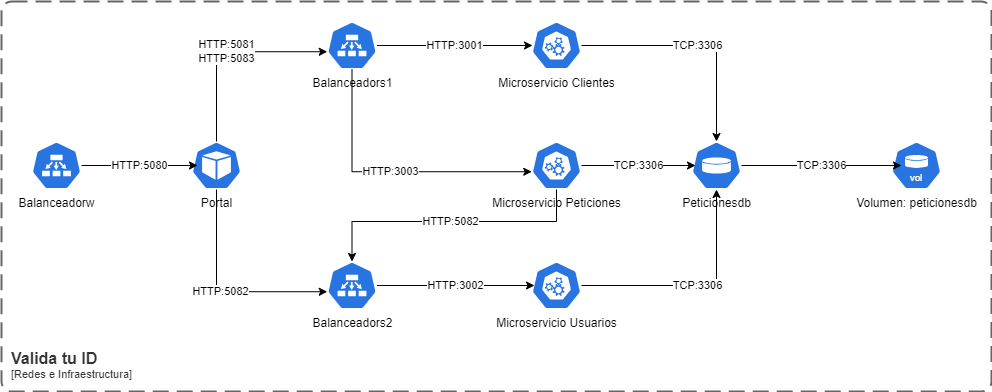
Earlier version of the draw.io export Doc/DiagramaComunicacion.png (Jakcobo/ValidaTuID). Source tidied: cells renumbered, new cells last; positions are measured from the earlier drawing's top-left corner, leaving out a move shared by most shapes. The source it was exported from:
```xml
<mxGraphModel>
  <root>
    <mxCell id="0" />
    <mxCell id="1" parent="0" />
    <mxCell id="2" value="Portal" style="sketch=0;html=1;dashed=0;whitespace=wrap;verticalLabelPosition=bottom;verticalAlign=top;fillColor=#2875E2;strokeColor=#ffffff;points=[[0.005,0.63,0],[0.1,0.2,0],[0.9,0.2,0],[0.5,0,0],[0.995,0.63,0],[0.72,0.99,0],[0.5,1,0],[0.28,0.99,0]];shape=mxgraph.kubernetes.icon2;prIcon=pod;" parent="1" vertex="1">
      <mxGeometry x="190" y="140" width="50" height="48" as="geometry" />
    </mxCell>
    <mxCell id="3" value="Balanceadorw" style="sketch=0;html=1;dashed=0;whitespace=wrap;verticalLabelPosition=bottom;verticalAlign=top;fillColor=#2875E2;strokeColor=#ffffff;points=[[0.005,0.63,0],[0.1,0.2,0],[0.9,0.2,0],[0.5,0,0],[0.995,0.63,0],[0.72,0.99,0],[0.5,1,0],[0.28,0.99,0]];shape=mxgraph.kubernetes.icon2;prIcon=ep;" parent="1" vertex="1">
      <mxGeometry x="30" y="140" width="50" height="48" as="geometry" />
    </mxCell>
    <mxCell id="4" value="Balanceadors2" style="sketch=0;html=1;dashed=0;whitespace=wrap;verticalLabelPosition=bottom;verticalAlign=top;fillColor=#2875E2;strokeColor=#ffffff;points=[[0.005,0.63,0],[0.1,0.2,0],[0.9,0.2,0],[0.5,0,0],[0.995,0.63,0],[0.72,0.99,0],[0.5,1,0],[0.28,0.99,0]];shape=mxgraph.kubernetes.icon2;prIcon=ep;" parent="1" vertex="1">
      <mxGeometry x="325.5" y="260" width="50" height="48" as="geometry" />
    </mxCell>
    <mxCell id="5" value="Balanceadors1" style="sketch=0;html=1;dashed=0;whitespace=wrap;verticalLabelPosition=bottom;verticalAlign=top;fillColor=#2875E2;strokeColor=#ffffff;points=[[0.005,0.63,0],[0.1,0.2,0],[0.9,0.2,0],[0.5,0,0],[0.995,0.63,0],[0.72,0.99,0],[0.5,1,0],[0.28,0.99,0]];shape=mxgraph.kubernetes.icon2;prIcon=ep;" parent="1" vertex="1">
      <mxGeometry x="325.5" y="20" width="50" height="48" as="geometry" />
    </mxCell>
    <mxCell id="6" value="Peticionesdb" style="sketch=0;html=1;dashed=0;whitespace=wrap;verticalLabelPosition=bottom;verticalAlign=top;fillColor=#2875E2;strokeColor=#ffffff;points=[[0.005,0.63,0],[0.1,0.2,0],[0.9,0.2,0],[0.5,0,0],[0.995,0.63,0],[0.72,0.99,0],[0.5,1,0],[0.28,0.99,0]];shape=mxgraph.kubernetes.icon2;prIcon=vol;" parent="1" vertex="1">
      <mxGeometry x="690" y="140" width="50" height="48" as="geometry" />
    </mxCell>
    <mxCell id="7" value="Microservicio Clientes" style="sketch=0;html=1;dashed=0;whitespace=wrap;verticalLabelPosition=bottom;verticalAlign=top;fillColor=#2875E2;strokeColor=#ffffff;points=[[0.005,0.63,0],[0.1,0.2,0],[0.9,0.2,0],[0.5,0,0],[0.995,0.63,0],[0.72,0.99,0],[0.5,1,0],[0.28,0.99,0]];shape=mxgraph.kubernetes.icon2;prIcon=api;" parent="1" vertex="1">
      <mxGeometry x="530" y="20" width="50" height="48" as="geometry" />
    </mxCell>
    <mxCell id="8" value="Microservicio Peticiones" style="sketch=0;html=1;dashed=0;whitespace=wrap;verticalLabelPosition=bottom;verticalAlign=top;fillColor=#2875E2;strokeColor=#ffffff;points=[[0.005,0.63,0],[0.1,0.2,0],[0.9,0.2,0],[0.5,0,0],[0.995,0.63,0],[0.72,0.99,0],[0.5,1,0],[0.28,0.99,0]];shape=mxgraph.kubernetes.icon2;prIcon=api;" parent="1" vertex="1">
      <mxGeometry x="530" y="140" width="50" height="48" as="geometry" />
    </mxCell>
    <mxCell id="9" value="TCP:3306" style="edgeStyle=orthogonalEdgeStyle;rounded=0;jettySize=auto;html=1;" parent="1" edge="1" source="10" target="6">
      <mxGeometry relative="1" as="geometry" />
    </mxCell>
    <mxCell id="10" value="Microservicio Usuarios" style="sketch=0;html=1;dashed=0;whitespace=wrap;verticalLabelPosition=bottom;verticalAlign=top;fillColor=#2875E2;strokeColor=#ffffff;points=[[0.005,0.63,0],[0.1,0.2,0],[0.9,0.2,0],[0.5,0,0],[0.995,0.63,0],[0.72,0.99,0],[0.5,1,0],[0.28,0.99,0]];shape=mxgraph.kubernetes.icon2;prIcon=api;" parent="1" vertex="1">
      <mxGeometry x="530" y="260" width="50" height="48" as="geometry" />
    </mxCell>
    <mxCell id="11" value="Volumen:&amp;nbsp;peticionesdb" style="sketch=0;html=1;dashed=0;whitespace=wrap;verticalLabelPosition=bottom;verticalAlign=top;fillColor=#2875E2;strokeColor=#ffffff;points=[[0.005,0.63,0],[0.1,0.2,0],[0.9,0.2,0],[0.5,0,0],[0.995,0.63,0],[0.72,0.99,0],[0.5,1,0],[0.28,0.99,0]];shape=mxgraph.kubernetes.icon2;kubernetesLabel=1;prIcon=vol;" parent="1" vertex="1">
      <mxGeometry x="890" y="140" width="50" height="48" as="geometry" />
    </mxCell>
    <mxCell id="12" value="HTTP:5080" style="edgeStyle=orthogonalEdgeStyle;rounded=0;jettySize=auto;html=1;entryX=0.12;entryY=0.5;entryDx=0;entryDy=0;entryPerimeter=0;" parent="1" edge="1" source="3" target="2">
      <mxGeometry relative="1" as="geometry" />
    </mxCell>
    <mxCell id="13" value="HTTP:5081&lt;div&gt;HTTP:5083&lt;/div&gt;" style="edgeStyle=orthogonalEdgeStyle;rounded=0;jettySize=auto;html=1;entryX=0.005;entryY=0.63;entryDx=0;entryDy=0;entryPerimeter=0;" parent="1" edge="1" source="2" target="5">
      <mxGeometry relative="1" as="geometry">
        <Array as="points">
          <mxPoint x="215" y="50" />
        </Array>
      </mxGeometry>
    </mxCell>
    <mxCell id="14" value="HTTP:5082" style="edgeStyle=orthogonalEdgeStyle;rounded=0;jettySize=auto;html=1;entryX=0.005;entryY=0.63;entryDx=0;entryDy=0;entryPerimeter=0;" parent="1" edge="1" source="2" target="4">
      <mxGeometry relative="1" as="geometry">
        <Array as="points">
          <mxPoint x="215" y="290" />
        </Array>
      </mxGeometry>
    </mxCell>
    <mxCell id="15" value="HTTP:3001" style="edgeStyle=orthogonalEdgeStyle;rounded=0;jettySize=auto;html=1;entryX=0.02;entryY=0.5;entryDx=0;entryDy=0;entryPerimeter=0;" parent="1" edge="1" source="5" target="7">
      <mxGeometry relative="1" as="geometry" />
    </mxCell>
    <mxCell id="16" value="HTTP:3003" style="edgeStyle=orthogonalEdgeStyle;rounded=0;jettySize=auto;html=1;entryX=0.005;entryY=0.63;entryDx=0;entryDy=0;entryPerimeter=0;" parent="1" edge="1" source="5" target="8">
      <mxGeometry relative="1" as="geometry">
        <Array as="points">
          <mxPoint x="351" y="170" />
        </Array>
      </mxGeometry>
    </mxCell>
    <mxCell id="17" value="TCP:3306" style="edgeStyle=orthogonalEdgeStyle;rounded=0;jettySize=auto;html=1;entryX=0.08;entryY=0.5;entryDx=0;entryDy=0;entryPerimeter=0;" parent="1" edge="1" source="8" target="6">
      <mxGeometry relative="1" as="geometry" />
    </mxCell>
    <mxCell id="18" value="HTTP:5082" style="edgeStyle=orthogonalEdgeStyle;rounded=0;jettySize=auto;html=1;entryX=0.5;entryY=0;entryDx=0;entryDy=0;entryPerimeter=0;" parent="1" edge="1" source="8" target="4">
      <mxGeometry relative="1" as="geometry">
        <Array as="points">
          <mxPoint x="555" y="220" />
          <mxPoint x="351" y="220" />
        </Array>
      </mxGeometry>
    </mxCell>
    <mxCell id="19" value="HTTP:3002" style="edgeStyle=orthogonalEdgeStyle;rounded=0;jettySize=auto;html=1;entryX=0.06;entryY=0.5;entryDx=0;entryDy=0;entryPerimeter=0;" parent="1" edge="1" source="4" target="10">
      <mxGeometry relative="1" as="geometry" />
    </mxCell>
    <mxCell id="20" value="TCP:3306" style="edgeStyle=orthogonalEdgeStyle;rounded=0;jettySize=auto;html=1;entryX=0.5;entryY=0;entryDx=0;entryDy=0;entryPerimeter=0;" parent="1" edge="1" source="7" target="6">
      <mxGeometry relative="1" as="geometry" />
    </mxCell>
    <mxCell id="21" value="TCP:3306" style="edgeStyle=orthogonalEdgeStyle;rounded=0;jettySize=auto;html=1;entryX=0.2;entryY=0.5;entryDx=0;entryDy=0;entryPerimeter=0;" parent="1" edge="1" source="6" target="11">
      <mxGeometry relative="1" as="geometry" />
    </mxCell>
    <object id="22" label="&lt;font style=&quot;font-size: 16px&quot;&gt;&lt;b&gt;&lt;div style=&quot;text-align: left&quot;&gt;%c4Name%&lt;/div&gt;&lt;/b&gt;&lt;/font&gt;&lt;div style=&quot;text-align: left&quot;&gt;[%c4Application%]&lt;/div&gt;" c4Application="Redes e Infraestructura" c4Name="Valida tu ID" c4Type="SystemScopeBoundary" placeholders="1">
      <mxCell style="rounded=1;fontSize=11;whiteSpace=wrap;html=1;dashed=1;arcSize=20;fillColor=none;strokeColor=#666666;fontColor=#333333;labelBackgroundColor=none;align=left;verticalAlign=bottom;labelBorderColor=none;spacingTop=0;spacing=10;dashPattern=8 4;perimeter=rectanglePerimeter;noLabel=0;labelPadding=0;absoluteArcSize=1;strokeWidth=2;" parent="1" vertex="1">
        <mxGeometry width="990" height="390" as="geometry" />
      </mxCell>
    </object>
  </root>
</mxGraphModel>
```
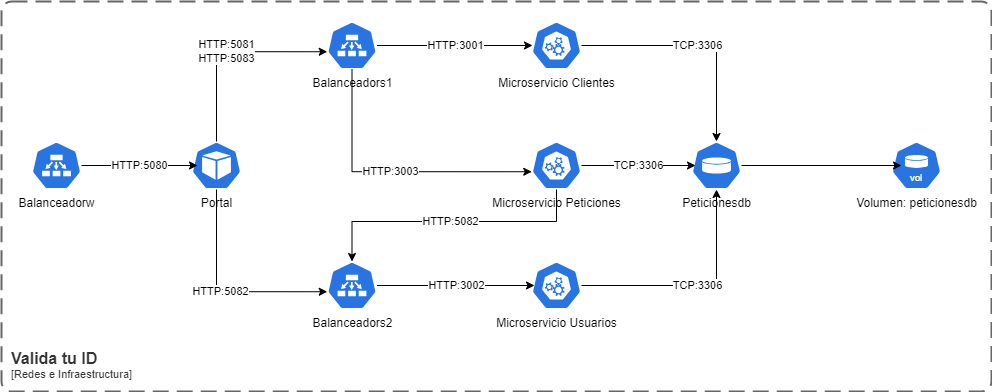
Above is the later version.

Commit message:
Corrección Diagrama de Comunicación

The edit, as a diff of the source:
```diff
@@ -76,7 +76,7 @@
     <mxCell id="20" value="TCP:3306" style="edgeStyle=orthogonalEdgeStyle;rounded=0;jettySize=auto;html=1;entryX=0.5;entryY=0;entryDx=0;entryDy=0;entryPerimeter=0;" parent="1" edge="1" source="7" target="6">
       <mxGeometry relative="1" as="geometry" />
     </mxCell>
-    <mxCell id="21" value="TCP:3306" style="edgeStyle=orthogonalEdgeStyle;rounded=0;jettySize=auto;html=1;entryX=0.2;entryY=0.5;entryDx=0;entryDy=0;entryPerimeter=0;" parent="1" edge="1" source="6" target="11">
+    <mxCell id="21" style="edgeStyle=orthogonalEdgeStyle;rounded=0;jettySize=auto;html=1;entryX=0.2;entryY=0.5;entryDx=0;entryDy=0;entryPerimeter=0;" parent="1" edge="1" source="6" target="11">
       <mxGeometry relative="1" as="geometry" />
     </mxCell>
     <object id="22" label="&lt;font style=&quot;font-size: 16px&quot;&gt;&lt;b&gt;&lt;div style=&quot;text-align: left&quot;&gt;%c4Name%&lt;/div&gt;&lt;/b&gt;&lt;/font&gt;&lt;div style=&quot;text-align: left&quot;&gt;[%c4Application%]&lt;/div&gt;" c4Application="Redes e Infraestructura" c4Name="Valida tu ID" c4Type="SystemScopeBoundary" placeholders="1">
```
